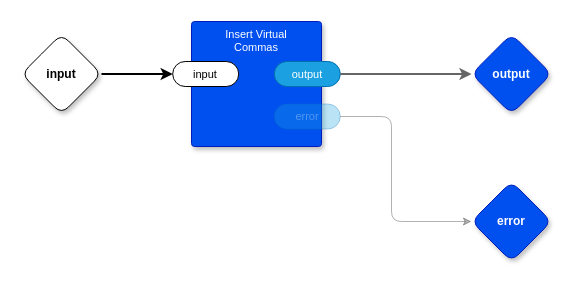
This is page "Front End" (2 of 3) of prolog/test.drawio from guitarvydas/transpiler, a draw.io file, before an edit. Source tidied: cells renumbered, new cells numbered last; positions are measured from the earlier drawing's top-left corner, leaving out a move shared by most shapes. Both pictures are drawn from the tidied source at 100%, with x=0, y=0 at pixel (21, 21).
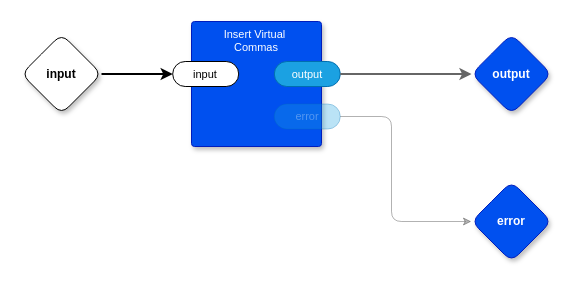
Above is the later version.

Commit message (it also covers changes not shown here):
spaces in "Insert Virtual Commas" (newlines deleted)

Change to the diagram source:
```diff
@@
 <mxGraphModel>
   <root>
     <mxCell id="0" />
     <mxCell id="1" parent="0" />
-    <mxCell id="2" value="Insert Virtual&lt;br&gt;Commas" style="rounded=1;whiteSpace=wrap;html=1;sketch=0;verticalAlign=top;arcSize=6;fontStyle=0;absoluteArcSize=1;shadow=1;strokeColor=#001DBC;fillColor=#0050ef;fontColor=#ffffff;fontFamily=Helvetica;fontSize=11;" parent="1" vertex="1">
+    <mxCell id="2" value="Insert&amp;nbsp;Virtual&amp;nbsp;&lt;br&gt;Commas" style="rounded=1;whiteSpace=wrap;html=1;sketch=0;verticalAlign=top;arcSize=6;fontStyle=0;absoluteArcSize=1;shadow=1;strokeColor=#001DBC;fillColor=#0050ef;fontColor=#ffffff;fontFamily=Helvetica;fontSize=11;" parent="1" vertex="1">
       <mxGeometry x="170" width="130" height="125" as="geometry" />
     </mxCell>
     <mxCell id="3" value="input" style="rounded=1;whiteSpace=wrap;html=1;sketch=0;points=[[0,0.5,0,0,0],[1,0.5,0,0,0]];arcSize=50;fontFamily=Helvetica;fontSize=11;fontColor=default;" parent="2" vertex="1">
       <mxGeometry x="-18.8" y="40" width="66" height="25" as="geometry" />
     </mxCell>
     <mxCell id="4" value="output" style="rounded=1;whiteSpace=wrap;html=1;sketch=0;points=[[0,0.5,0,0,0],[1,0.5,0,0,0]];fillColor=#1ba1e2;fontColor=#ffffff;strokeColor=#006EAF;arcSize=50;fontFamily=Helvetica;fontSize=11;" parent="2" vertex="1">
       <mxGeometry x="82.8" y="40" width="66" height="25" as="geometry" />
     </mxCell>
     <mxCell id="5" value="error" style="rounded=1;whiteSpace=wrap;sketch=0;points=[[0,0.5,0,0,0],[1,0.5,0,0,0]];fillColor=#1ba1e2;fontColor=#ffffff;strokeColor=#006EAF;arcSize=50;fontFamily=Helvetica;fontSize=11;opacity=30;textOpacity=30;" parent="2" vertex="1">
       <mxGeometry x="82.8" y="82.5" width="66" height="25" as="geometry" />
     </mxCell>
     <mxCell id="6" style="edgeStyle=orthogonalEdgeStyle;shape=connector;rounded=1;jettySize=auto;html=1;exitX=1;exitY=0.5;exitDx=0;exitDy=0;exitPerimeter=0;entryX=0;entryY=0.5;entryDx=0;entryDy=0;entryPerimeter=0;labelBackgroundColor=default;strokeColor=default;fontFamily=Helvetica;fontSize=11;fontColor=default;endArrow=classic;strokeWidth=2;" parent="1" edge="1" source="7" target="3">
       <mxGeometry relative="1" as="geometry" />
     </mxCell>
     <mxCell id="7" value="input" style="rhombus;whiteSpace=wrap;html=1;rounded=1;fontStyle=1;glass=0;sketch=0;fontSize=12;points=[[0,0.5,0,0,0],[0.5,0,0,0,0],[0.5,1,0,0,0],[1,0.5,0,0,0]];shadow=1;fontFamily=Helvetica;fontColor=default;" parent="1" vertex="1">
       <mxGeometry y="12.5" width="80" height="80" as="geometry" />
     </mxCell>
     <mxCell id="8" value="output" style="rhombus;whiteSpace=wrap;html=1;rounded=1;fillColor=#0050ef;fontColor=#ffffff;strokeColor=#001DBC;fontStyle=1;glass=0;sketch=0;fontSize=12;points=[[0,0.5,0,0,0],[0.5,0,0,0,0],[0.5,1,0,0,0],[1,0.5,0,0,0]];shadow=1;fontFamily=Helvetica;" parent="1" vertex="1">
       <mxGeometry x="450" y="12.5" width="80" height="80" as="geometry" />
     </mxCell>
     <mxCell id="9" value="error" style="rhombus;whiteSpace=wrap;html=1;rounded=1;fillColor=#0050ef;fontColor=#ffffff;strokeColor=#001DBC;fontStyle=1;glass=0;sketch=0;fontSize=12;points=[[0,0.5,0,0,0],[0.5,0,0,0,0],[0.5,1,0,0,0],[1,0.5,0,0,0]];shadow=1;fontFamily=Helvetica;" parent="1" vertex="1">
       <mxGeometry x="450" y="160" width="80" height="80" as="geometry" />
     </mxCell>
     <mxCell id="10" style="edgeStyle=orthogonalEdgeStyle;shape=connector;rounded=1;jettySize=auto;html=1;exitX=1;exitY=0.5;exitDx=0;exitDy=0;exitPerimeter=0;entryX=0;entryY=0.5;entryDx=0;entryDy=0;entryPerimeter=0;labelBackgroundColor=default;strokeColor=default;fontFamily=Helvetica;fontSize=11;fontColor=default;endArrow=classic;opacity=30;" parent="1" edge="1" source="5" target="9">
       <mxGeometry relative="1" as="geometry">
         <Array as="points">
           <mxPoint x="370" y="95" />
           <mxPoint x="370" y="200" />
         </Array>
       </mxGeometry>
     </mxCell>
     <mxCell id="11" style="edgeStyle=orthogonalEdgeStyle;shape=connector;rounded=1;jumpStyle=arc;jettySize=auto;html=1;exitX=1;exitY=0.5;exitDx=0;exitDy=0;exitPerimeter=0;entryX=0;entryY=0.5;entryDx=0;entryDy=0;entryPerimeter=0;labelBackgroundColor=default;strokeColor=#666666;fontFamily=Helvetica;fontSize=11;fontColor=default;endArrow=classic;fillColor=#f5f5f5;strokeWidth=2;" parent="1" edge="1" source="4" target="8">
       <mxGeometry relative="1" as="geometry" />
     </mxCell>
   </root>
 </mxGraphModel>
```
